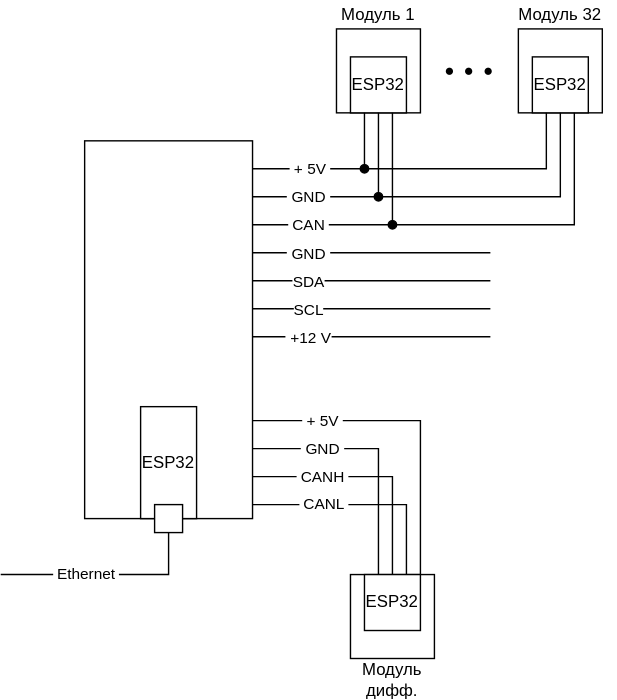
The draw.io diagram docs/esphome/segment.svg in atitoff/CSH4, before a commit. Source tidied: cells renumbered, new cells last; positions are measured from the earlier drawing's top-left corner, leaving out a move shared by most shapes.
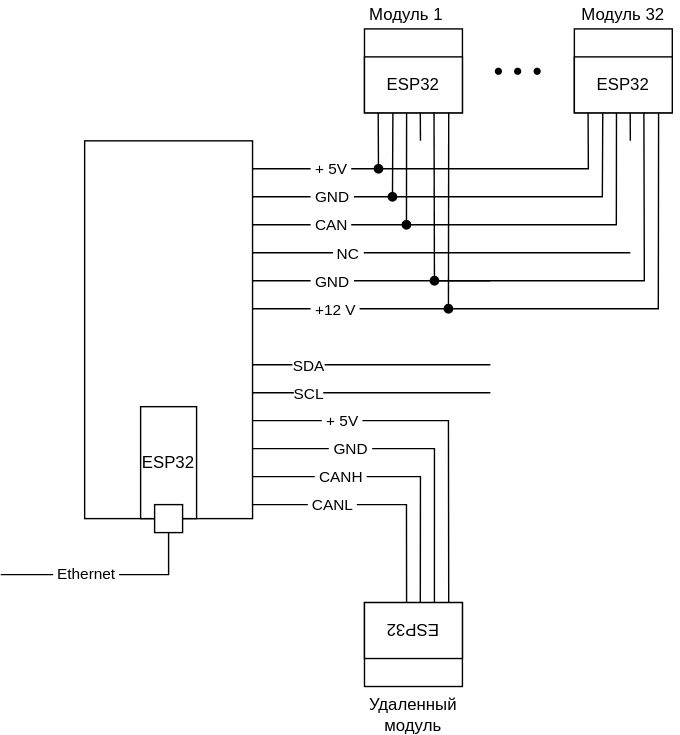
The same file after the commit.

Change to the diagram source:
```diff
@@ -12,86 +12,79 @@
       <mxGeometry x="110" y="360" width="20" height="20" as="geometry" />
     </mxCell>
     <mxCell id="5" style="rounded=0;whiteSpace=wrap;html=1;align=right;" parent="1" vertex="1">
-      <mxGeometry x="240" y="20" width="60" height="60" as="geometry" />
+      <mxGeometry x="260" y="20" width="70" height="60" as="geometry" />
     </mxCell>
-    <mxCell id="6" value="ESP32" style="rounded=0;whiteSpace=wrap;html=1;" parent="1" vertex="1">
-      <mxGeometry x="250" y="40" width="40" height="40" as="geometry" />
-    </mxCell>
-    <mxCell id="7" style="endArrow=none;html=1;rounded=0;entryX=0.25;entryY=1;entryDx=0;entryDy=0;" parent="1" edge="1" target="6">
+    <mxCell id="7" style="endArrow=none;html=1;rounded=0;entryX=0.14;entryY=1;entryDx=0;entryDy=0;entryPerimeter=0;" parent="1" edge="1" target="44">
       <mxGeometry relative="1" as="geometry">
         <mxPoint x="180" y="120" as="sourcePoint" />
         <Array as="points">
-          <mxPoint x="260" y="120" />
+          <mxPoint x="270" y="120" />
         </Array>
       </mxGeometry>
     </mxCell>
-    <mxCell id="8" value="&amp;nbsp;+ 5V&amp;nbsp;" style="edgeLabel;html=1;align=center;verticalAlign=middle;" parent="7" vertex="1">
-      <mxGeometry x="-0.32" relative="1" as="geometry" />
+    <mxCell id="8" value="&amp;nbsp;+ 5V&amp;nbsp;" style="edgeLabel;html=1;align=left;verticalAlign=middle;" parent="7" vertex="1">
+      <mxGeometry x="-0.32" relative="1" as="geometry">
+        <mxPoint x="-4" as="offset" />
+      </mxGeometry>
     </mxCell>
-    <mxCell id="9" style="endArrow=none;html=1;rounded=0;entryX=0.5;entryY=1;entryDx=0;entryDy=0;" parent="1" edge="1" target="6">
+    <mxCell id="9" style="endArrow=none;html=1;rounded=0;entryX=0.29;entryY=1;entryDx=0;entryDy=0;entryPerimeter=0;" parent="1" edge="1" target="44">
       <mxGeometry relative="1" as="geometry">
         <mxPoint x="180" y="140" as="sourcePoint" />
         <Array as="points">
-          <mxPoint x="270" y="140" />
+          <mxPoint x="280" y="140" />
         </Array>
       </mxGeometry>
     </mxCell>
-    <mxCell id="10" value="&amp;nbsp;GND&amp;nbsp;" style="edgeLabel;html=1;align=center;verticalAlign=middle;" parent="9" vertex="1">
+    <mxCell id="10" value="&amp;nbsp;GND&amp;nbsp;" style="edgeLabel;html=1;align=left;verticalAlign=middle;" parent="9" vertex="1">
       <mxGeometry x="-0.32" relative="1" as="geometry">
-        <mxPoint x="-11" as="offset" />
+        <mxPoint x="-14" as="offset" />
       </mxGeometry>
     </mxCell>
-    <mxCell id="11" style="endArrow=none;html=1;rounded=0;entryX=0.75;entryY=1;entryDx=0;entryDy=0;" parent="1" edge="1" target="6">
+    <mxCell id="11" style="endArrow=none;html=1;rounded=0;entryX=0.43;entryY=1;entryDx=0;entryDy=0;entryPerimeter=0;" parent="1" edge="1" target="44">
       <mxGeometry relative="1" as="geometry">
         <mxPoint x="180" y="160" as="sourcePoint" />
         <Array as="points">
-          <mxPoint x="280" y="160" />
+          <mxPoint x="290" y="160" />
         </Array>
       </mxGeometry>
     </mxCell>
-    <mxCell id="12" value="&amp;nbsp;CAN&amp;nbsp;" style="edgeLabel;html=1;align=center;verticalAlign=middle;" parent="11" vertex="1">
+    <mxCell id="12" value="&amp;nbsp;CAN&amp;nbsp;" style="edgeLabel;html=1;align=left;verticalAlign=middle;" parent="11" vertex="1">
       <mxGeometry x="-0.32" relative="1" as="geometry">
-        <mxPoint x="-21" as="offset" />
+        <mxPoint x="-24" as="offset" />
       </mxGeometry>
     </mxCell>
     <mxCell id="13" value="Модуль 1" style="rounded=0;whiteSpace=wrap;html=1;fillColor=none;strokeColor=none;" parent="1" vertex="1">
-      <mxGeometry x="240" width="60" height="20" as="geometry" />
+      <mxGeometry x="260" width="60" height="20" as="geometry" />
     </mxCell>
-    <mxCell id="14" style="rounded=0;whiteSpace=wrap;html=1;align=right;" parent="1" vertex="1">
-      <mxGeometry x="370" y="20" width="60" height="60" as="geometry" />
-    </mxCell>
-    <mxCell id="15" value="ESP32" style="rounded=0;whiteSpace=wrap;html=1;" parent="1" vertex="1">
-      <mxGeometry x="380" y="40" width="40" height="40" as="geometry" />
-    </mxCell>
     <mxCell id="16" value="Модуль 32" style="rounded=0;whiteSpace=wrap;html=1;fillColor=none;strokeColor=none;" parent="1" vertex="1">
-      <mxGeometry x="360" width="80" height="20" as="geometry" />
+      <mxGeometry x="405" width="80" height="20" as="geometry" />
     </mxCell>
-    <mxCell id="17" style="endArrow=none;html=1;rounded=0;startArrow=oval;startFill=1;entryX=0.25;entryY=1;entryDx=0;entryDy=0;" parent="1" edge="1" target="15">
+    <mxCell id="17" style="endArrow=none;html=1;rounded=0;startArrow=oval;startFill=1;entryX=0.14;entryY=1;entryDx=0;entryDy=0;entryPerimeter=0;" parent="1" edge="1" target="51">
       <mxGeometry relative="1" as="geometry">
-        <mxPoint x="260" y="120" as="sourcePoint" />
+        <mxPoint x="270" y="120" as="sourcePoint" />
         <Array as="points">
-          <mxPoint x="390" y="120" />
+          <mxPoint x="420" y="120" />
         </Array>
       </mxGeometry>
     </mxCell>
-    <mxCell id="18" style="endArrow=none;html=1;rounded=0;startArrow=oval;startFill=1;entryX=0.5;entryY=1;entryDx=0;entryDy=0;" parent="1" edge="1" target="15">
+    <mxCell id="18" style="endArrow=none;html=1;rounded=0;startArrow=oval;startFill=1;entryX=0.29;entryY=1;entryDx=0;entryDy=0;entryPerimeter=0;" parent="1" edge="1" target="51">
       <mxGeometry relative="1" as="geometry">
-        <mxPoint x="270" y="140" as="sourcePoint" />
+        <mxPoint x="280" y="140" as="sourcePoint" />
         <Array as="points">
-          <mxPoint x="400" y="140" />
+          <mxPoint x="430" y="140" />
         </Array>
       </mxGeometry>
     </mxCell>
-    <mxCell id="19" style="endArrow=none;html=1;rounded=0;startArrow=oval;startFill=1;entryX=0.75;entryY=1;entryDx=0;entryDy=0;" parent="1" edge="1" target="15">
+    <mxCell id="19" style="endArrow=none;html=1;rounded=0;startArrow=oval;startFill=1;entryX=0.43;entryY=1;entryDx=0;entryDy=0;entryPerimeter=0;" parent="1" edge="1" target="51">
       <mxGeometry relative="1" as="geometry">
-        <mxPoint x="280" y="160" as="sourcePoint" />
+        <mxPoint x="290" y="160" as="sourcePoint" />
         <Array as="points">
-          <mxPoint x="410" y="160" />
+          <mxPoint x="440" y="160" />
         </Array>
       </mxGeometry>
     </mxCell>
     <mxCell id="20" value="●&amp;nbsp;&amp;nbsp;●&amp;nbsp;&amp;nbsp;●" style="text;html=1;strokeColor=none;fillColor=none;align=center;verticalAlign=middle;whiteSpace=wrap;rounded=0;" parent="1" vertex="1">
-      <mxGeometry x="300" y="35" width="70" height="30" as="geometry" />
+      <mxGeometry x="330" y="35" width="80" height="30" as="geometry" />
     </mxCell>
     <mxCell id="21" style="endArrow=none;html=1;rounded=0;entryX=0.5;entryY=1;entryDx=0;entryDy=0;" parent="1" edge="1" target="4">
       <mxGeometry relative="1" as="geometry">
@@ -107,11 +100,11 @@
         <mxPoint x="-8" y="-1" as="offset" />
       </mxGeometry>
     </mxCell>
-    <mxCell id="23" style="endArrow=none;html=1;rounded=0;entryX=1;entryY=0;entryDx=0;entryDy=0;" parent="1" edge="1" target="32">
+    <mxCell id="23" style="endArrow=none;html=1;rounded=0;entryX=0.14;entryY=1;entryDx=0;entryDy=0;entryPerimeter=0;" parent="1" edge="1" target="55">
       <mxGeometry relative="1" as="geometry">
         <mxPoint x="180" y="300" as="sourcePoint" />
         <Array as="points">
-          <mxPoint x="300" y="300" />
+          <mxPoint x="320" y="300" />
         </Array>
       </mxGeometry>
     </mxCell>
@@ -120,11 +113,11 @@
         <mxPoint x="-28" as="offset" />
       </mxGeometry>
     </mxCell>
-    <mxCell id="25" style="endArrow=none;html=1;rounded=0;entryX=0.25;entryY=0;entryDx=0;entryDy=0;" parent="1" edge="1" target="32">
+    <mxCell id="25" style="endArrow=none;html=1;rounded=0;entryX=0.286;entryY=1;entryDx=0;entryDy=0;entryPerimeter=0;" parent="1" edge="1" target="53">
       <mxGeometry relative="1" as="geometry">
         <mxPoint x="180" y="320" as="sourcePoint" />
         <Array as="points">
-          <mxPoint x="270" y="320" />
+          <mxPoint x="310" y="320" />
         </Array>
       </mxGeometry>
     </mxCell>
@@ -133,11 +126,11 @@
         <mxPoint x="-11" as="offset" />
       </mxGeometry>
     </mxCell>
-    <mxCell id="27" style="endArrow=none;html=1;rounded=0;entryX=0.5;entryY=0;entryDx=0;entryDy=0;" parent="1" edge="1" target="32">
+    <mxCell id="27" style="endArrow=none;html=1;rounded=0;entryX=0.43;entryY=1;entryDx=0;entryDy=0;entryPerimeter=0;" parent="1" edge="1" target="55">
       <mxGeometry relative="1" as="geometry">
         <mxPoint x="180" y="340" as="sourcePoint" />
         <Array as="points">
-          <mxPoint x="280" y="340" />
+          <mxPoint x="300" y="340" />
         </Array>
       </mxGeometry>
     </mxCell>
@@ -146,7 +139,7 @@
         <mxPoint x="-8" as="offset" />
       </mxGeometry>
     </mxCell>
-    <mxCell id="29" style="endArrow=none;html=1;rounded=0;entryX=0.75;entryY=0;entryDx=0;entryDy=0;" parent="1" edge="1" target="32">
+    <mxCell id="29" style="endArrow=none;html=1;rounded=0;entryX=0.57;entryY=1;entryDx=0;entryDy=0;entryPerimeter=0;" parent="1" edge="1" target="55">
       <mxGeometry relative="1" as="geometry">
         <mxPoint x="180" y="360" as="sourcePoint" />
         <Array as="points">
@@ -159,30 +152,21 @@
         <mxPoint x="-4" as="offset" />
       </mxGeometry>
     </mxCell>
-    <mxCell id="31" style="rounded=0;whiteSpace=wrap;html=1;align=right;" parent="1" vertex="1">
-      <mxGeometry x="250" y="410" width="60" height="60" as="geometry" />
-    </mxCell>
-    <mxCell id="32" value="ESP32" style="rounded=0;whiteSpace=wrap;html=1;" parent="1" vertex="1">
-      <mxGeometry x="260" y="410" width="40" height="40" as="geometry" />
-    </mxCell>
-    <mxCell id="33" value="Модуль&lt;br&gt;дифф." style="rounded=0;whiteSpace=wrap;html=1;fillColor=none;strokeColor=none;" parent="1" vertex="1">
-      <mxGeometry x="250" y="470" width="60" height="30" as="geometry" />
-    </mxCell>
     <mxCell id="34" style="endArrow=none;html=1;rounded=0;" parent="1" edge="1">
       <mxGeometry relative="1" as="geometry">
-        <mxPoint x="180" y="180" as="sourcePoint" />
-        <mxPoint x="350" y="180" as="targetPoint" />
+        <mxPoint x="180" y="200" as="sourcePoint" />
+        <mxPoint x="350" y="200" as="targetPoint" />
       </mxGeometry>
     </mxCell>
-    <mxCell id="35" value="&amp;nbsp;GND&amp;nbsp;" style="edgeLabel;html=1;align=center;verticalAlign=middle;" parent="34" vertex="1">
+    <mxCell id="35" value="&amp;nbsp;GND&amp;nbsp;" style="edgeLabel;html=1;align=left;verticalAlign=middle;" parent="34" vertex="1">
       <mxGeometry x="-0.44" y="-1" relative="1" as="geometry">
         <mxPoint x="-8" as="offset" />
       </mxGeometry>
     </mxCell>
     <mxCell id="36" style="endArrow=none;html=1;rounded=0;" parent="1" edge="1">
       <mxGeometry relative="1" as="geometry">
-        <mxPoint x="180" y="200" as="sourcePoint" />
-        <mxPoint x="350" y="200" as="targetPoint" />
+        <mxPoint x="180" y="260" as="sourcePoint" />
+        <mxPoint x="350" y="260" as="targetPoint" />
       </mxGeometry>
     </mxCell>
     <mxCell id="37" value="SDA" style="edgeLabel;html=1;align=center;verticalAlign=middle;" parent="36" vertex="1">
@@ -192,8 +176,8 @@
     </mxCell>
     <mxCell id="38" style="endArrow=none;html=1;rounded=0;" parent="1" edge="1">
       <mxGeometry relative="1" as="geometry">
-        <mxPoint x="180" y="220" as="sourcePoint" />
-        <mxPoint x="350" y="220" as="targetPoint" />
+        <mxPoint x="180" y="280" as="sourcePoint" />
+        <mxPoint x="350" y="280" as="targetPoint" />
       </mxGeometry>
     </mxCell>
     <mxCell id="39" value="SCL" style="edgeLabel;html=1;align=center;verticalAlign=middle;" parent="38" vertex="1">
@@ -203,14 +187,79 @@
     </mxCell>
     <mxCell id="40" style="endArrow=none;html=1;rounded=0;" parent="1" edge="1">
       <mxGeometry relative="1" as="geometry">
-        <mxPoint x="180" y="240" as="sourcePoint" />
-        <mxPoint x="350" y="240" as="targetPoint" />
+        <mxPoint x="180" y="220" as="sourcePoint" />
+        <mxPoint x="320" y="220" as="targetPoint" />
       </mxGeometry>
     </mxCell>
-    <mxCell id="41" value="&amp;nbsp;+12 V" style="edgeLabel;html=1;align=center;verticalAlign=middle;" parent="40" vertex="1">
+    <mxCell id="41" value="&amp;nbsp;+12 V&amp;nbsp;" style="edgeLabel;html=1;align=left;verticalAlign=middle;" parent="40" vertex="1">
       <mxGeometry x="-0.44" y="-1" relative="1" as="geometry">
-        <mxPoint x="-8" as="offset" />
+        <mxPoint x="1" as="offset" />
       </mxGeometry>
     </mxCell>
+    <mxCell id="42" style="endArrow=none;html=1;rounded=0;" parent="1" edge="1">
+      <mxGeometry relative="1" as="geometry">
+        <mxPoint x="180" y="180" as="sourcePoint" />
+        <mxPoint x="450" y="180" as="targetPoint" />
+      </mxGeometry>
+    </mxCell>
+    <mxCell id="43" value="&amp;nbsp;NC&amp;nbsp;" style="edgeLabel;html=1;align=center;verticalAlign=middle;" parent="42" vertex="1">
+      <mxGeometry x="-0.44" y="-1" relative="1" as="geometry">
+        <mxPoint x="-8" as="offset" />
+      </mxGeometry>
+    </mxCell>
+    <mxCell id="44" value="ESP32" style="rounded=0;whiteSpace=wrap;html=1;points=[[0,0,0,0,0],[0,0.25,0,0,0],[0,0.5,0,0,0],[0,0.75,0,0,0],[0,1,0,0,0],[0.14,1,0,0,0],[0.25,0,0,0,0],[0.29,1,0,0,0],[0.43,1,0,0,0],[0.5,0,0,0,0],[0.57,1,0,0,0],[0.71,1,0,0,0],[0.75,0,0,0,0],[0.86,1,0,0,0],[1,0,0,0,0],[1,0.25,0,0,0],[1,0.5,0,0,0],[1,0.75,0,0,0],[1,1,0,0,0]];" parent="1" vertex="1">
+      <mxGeometry x="260" y="40" width="70" height="40" as="geometry" />
+    </mxCell>
+    <mxCell id="45" style="endArrow=none;html=1;rounded=0;entryX=0.57;entryY=1;entryDx=0;entryDy=0;entryPerimeter=0;" parent="1" edge="1" target="44">
+      <mxGeometry relative="1" as="geometry">
+        <mxPoint x="300" y="100" as="sourcePoint" />
+      </mxGeometry>
+    </mxCell>
+    <mxCell id="46" style="endArrow=none;html=1;rounded=0;entryX=0.71;entryY=1;entryDx=0;entryDy=0;entryPerimeter=0;" parent="1" edge="1" target="44">
+      <mxGeometry relative="1" as="geometry">
+        <mxPoint x="310" y="200" as="sourcePoint" />
+      </mxGeometry>
+    </mxCell>
+    <mxCell id="47" style="endArrow=none;html=1;rounded=0;entryX=0.86;entryY=1;entryDx=0;entryDy=0;entryPerimeter=0;" parent="1" edge="1" target="44">
+      <mxGeometry relative="1" as="geometry">
+        <mxPoint x="320" y="220" as="sourcePoint" />
+      </mxGeometry>
+    </mxCell>
+    <mxCell id="48" style="endArrow=none;html=1;rounded=0;startArrow=oval;startFill=1;entryX=0.71;entryY=1;entryDx=0;entryDy=0;entryPerimeter=0;" parent="1" edge="1" target="51">
+      <mxGeometry relative="1" as="geometry">
+        <mxPoint x="310" y="200" as="sourcePoint" />
+        <Array as="points">
+          <mxPoint x="460" y="200" />
+        </Array>
+      </mxGeometry>
+    </mxCell>
+    <mxCell id="49" style="endArrow=none;html=1;rounded=0;startArrow=oval;startFill=1;entryX=0.86;entryY=1;entryDx=0;entryDy=0;entryPerimeter=0;" parent="1" edge="1" target="51">
+      <mxGeometry relative="1" as="geometry">
+        <mxPoint x="320" y="220" as="sourcePoint" />
+        <Array as="points">
+          <mxPoint x="470" y="220" />
+        </Array>
+      </mxGeometry>
+    </mxCell>
+    <mxCell id="50" style="rounded=0;whiteSpace=wrap;html=1;align=right;" parent="1" vertex="1">
+      <mxGeometry x="410" y="20" width="70" height="60" as="geometry" />
+    </mxCell>
+    <mxCell id="51" value="ESP32" style="rounded=0;whiteSpace=wrap;html=1;points=[[0,0,0,0,0],[0,0.25,0,0,0],[0,0.5,0,0,0],[0,0.75,0,0,0],[0,1,0,0,0],[0.14,1,0,0,0],[0.25,0,0,0,0],[0.29,1,0,0,0],[0.43,1,0,0,0],[0.5,0,0,0,0],[0.57,1,0,0,0],[0.71,1,0,0,0],[0.75,0,0,0,0],[0.86,1,0,0,0],[1,0,0,0,0],[1,0.25,0,0,0],[1,0.5,0,0,0],[1,0.75,0,0,0],[1,1,0,0,0]];" parent="1" vertex="1">
+      <mxGeometry x="410" y="40" width="70" height="40" as="geometry" />
+    </mxCell>
+    <mxCell id="52" style="endArrow=none;html=1;rounded=0;entryX=0.57;entryY=1;entryDx=0;entryDy=0;entryPerimeter=0;" parent="1" edge="1" target="51">
+      <mxGeometry relative="1" as="geometry">
+        <mxPoint x="450" y="100" as="sourcePoint" />
+      </mxGeometry>
+    </mxCell>
+    <mxCell id="53" style="rounded=0;whiteSpace=wrap;html=1;align=right;rotation=-180;" parent="1" vertex="1">
+      <mxGeometry x="260" y="430" width="70" height="60" as="geometry" />
+    </mxCell>
+    <mxCell id="54" value="Удаленный&lt;br&gt;модуль" style="rounded=0;whiteSpace=wrap;html=1;fillColor=none;strokeColor=none;" parent="1" vertex="1">
+      <mxGeometry x="265" y="500" width="60" height="20" as="geometry" />
+    </mxCell>
+    <mxCell id="55" value="ESP32" style="rounded=0;whiteSpace=wrap;html=1;points=[[0,0,0,0,0],[0,0.25,0,0,0],[0,0.5,0,0,0],[0,0.75,0,0,0],[0,1,0,0,0],[0.14,1,0,0,0],[0.25,0,0,0,0],[0.29,1,0,0,0],[0.43,1,0,0,0],[0.5,0,0,0,0],[0.57,1,0,0,0],[0.71,1,0,0,0],[0.75,0,0,0,0],[0.86,1,0,0,0],[1,0,0,0,0],[1,0.25,0,0,0],[1,0.5,0,0,0],[1,0.75,0,0,0],[1,1,0,0,0]];rotation=-180;" parent="1" vertex="1">
+      <mxGeometry x="260" y="430" width="70" height="40" as="geometry" />
+    </mxCell>
   </root>
 </mxGraphModel>
```
